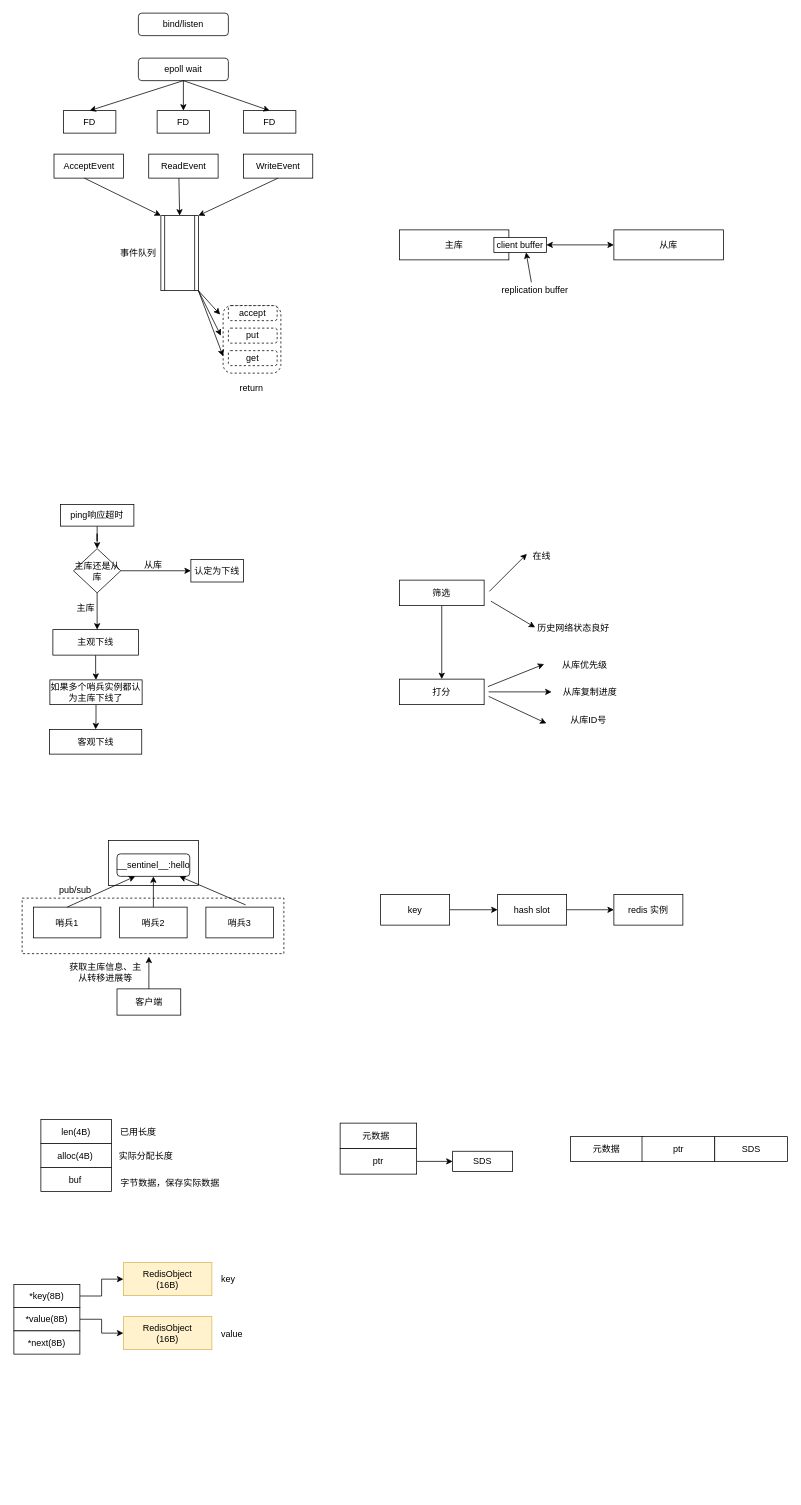
Above: Redis.drawio in BlankKelly/diagrams (draw.io), before the change. Source tidied: cells renumbered, new cells numbered last; positions are measured from the earlier drawing's top-left corner, leaving out a move shared by most shapes. Both pictures are drawn from the tidied source at 75%, with x=0, y=0 at pixel (14, 13).
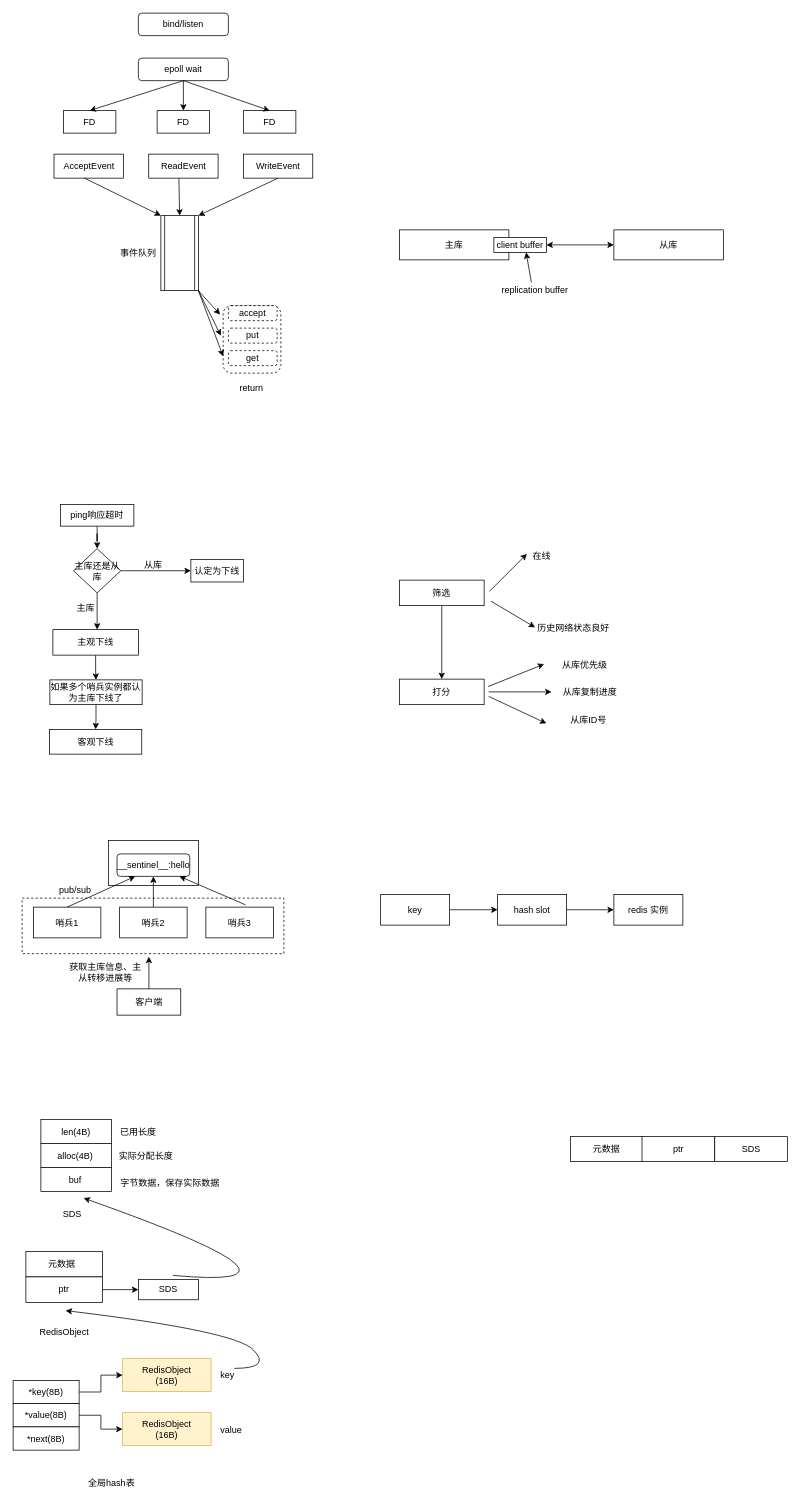
The same page after the edit.

What changed in the source:
```diff
@@
     <mxCell id="85" style="rounded=0;whiteSpace=wrap;html=1;" parent="1" vertex="1">
-      <mxGeometry x="435" y="1480" width="102" height="34" as="geometry" />
+      <mxGeometry x="16" y="1651" width="102" height="34" as="geometry" />
     </mxCell>
@@
     <mxCell id="87" style="rounded=0;whiteSpace=wrap;html=1;" parent="1" vertex="1">
-      <mxGeometry x="435" y="1514" width="102" height="34" as="geometry" />
+      <mxGeometry x="16" y="1685" width="102" height="34" as="geometry" />
     </mxCell>
     <mxCell id="88" value="元数据" style="text;html=1;strokeColor=none;fillColor=none;align=center;verticalAlign=middle;whiteSpace=wrap;rounded=0;" parent="1" vertex="1">
-      <mxGeometry x="453" y="1482" width="60" height="30" as="geometry" />
+      <mxGeometry x="34" y="1653" width="60" height="30" as="geometry" />
     </mxCell>
     <mxCell id="89" value="ptr" style="text;html=1;strokeColor=none;fillColor=none;align=center;verticalAlign=middle;whiteSpace=wrap;rounded=0;" parent="1" vertex="1">
-      <mxGeometry x="456" y="1516" width="60" height="30" as="geometry" />
+      <mxGeometry x="37" y="1687" width="60" height="30" as="geometry" />
     </mxCell>
     <mxCell id="90" value="SDS" style="rounded=0;whiteSpace=wrap;html=1;" parent="1" vertex="1">
-      <mxGeometry x="585" y="1517.5" width="80" height="27" as="geometry" />
+      <mxGeometry x="166" y="1688.5" width="80" height="27" as="geometry" />
     </mxCell>
@@
     <mxCell id="95" value="*key(8B)" style="rounded=0;whiteSpace=wrap;html=1;" parent="1" vertex="1">
-      <mxGeometry y="1695" width="88" height="31" as="geometry" />
+      <mxGeometry x="-1" y="1823" width="88" height="31" as="geometry" />
     </mxCell>
@@
     <mxCell id="97" value="*value(8B)" style="rounded=0;whiteSpace=wrap;html=1;" parent="1" vertex="1">
-      <mxGeometry y="1726" width="88" height="31" as="geometry" />
+      <mxGeometry x="-1" y="1854" width="88" height="31" as="geometry" />
     </mxCell>
     <mxCell id="98" value="*next(8B)" style="rounded=0;whiteSpace=wrap;html=1;" parent="1" vertex="1">
-      <mxGeometry y="1757" width="88" height="31" as="geometry" />
+      <mxGeometry x="-1" y="1885" width="88" height="31" as="geometry" />
     </mxCell>
     <mxCell id="99" value="RedisObject&lt;br&gt;(16B)" style="rounded=0;whiteSpace=wrap;html=1;fillColor=#fff2cc;strokeColor=#d6b656;" parent="1" vertex="1">
-      <mxGeometry x="146" y="1666" width="118" height="44" as="geometry" />
+      <mxGeometry x="145" y="1794" width="118" height="44" as="geometry" />
     </mxCell>
     <mxCell id="100" value="RedisObject&lt;br&gt;(16B)" style="rounded=0;whiteSpace=wrap;html=1;fillColor=#fff2cc;strokeColor=#d6b656;" parent="1" vertex="1">
-      <mxGeometry x="146" y="1738" width="118" height="44" as="geometry" />
+      <mxGeometry x="145" y="1866" width="118" height="44" as="geometry" />
     </mxCell>
     <mxCell id="101" value="key" style="text;html=1;strokeColor=none;fillColor=none;align=center;verticalAlign=middle;whiteSpace=wrap;rounded=0;" parent="1" vertex="1">
-      <mxGeometry x="256" y="1673" width="60" height="30" as="geometry" />
+      <mxGeometry x="255" y="1801" width="60" height="30" as="geometry" />
     </mxCell>
     <mxCell id="102" value="value" style="text;html=1;strokeColor=none;fillColor=none;align=center;verticalAlign=middle;whiteSpace=wrap;rounded=0;" parent="1" vertex="1">
-      <mxGeometry x="261" y="1747" width="60" height="30" as="geometry" />
+      <mxGeometry x="260" y="1875" width="60" height="30" as="geometry" />
     </mxCell>
+    <mxCell id="103" style="curved=1;endArrow=classic;html=1;rounded=0;" parent="1" edge="1">
+      <mxGeometry relative="1" as="geometry">
+        <mxPoint x="294" y="1807" as="sourcePoint" />
+        <mxPoint x="69" y="1730" as="targetPoint" />
+        <Array as="points">
+          <mxPoint x="344" y="1807" />
+          <mxPoint x="294" y="1757" />
+        </Array>
+      </mxGeometry>
+    </mxCell>
+    <mxCell id="104" style="curved=1;endArrow=classic;html=1;rounded=0;" parent="1" edge="1">
+      <mxGeometry relative="1" as="geometry">
+        <mxPoint x="212" y="1683" as="sourcePoint" />
+        <mxPoint x="93" y="1580" as="targetPoint" />
+        <Array as="points">
+          <mxPoint x="321" y="1693" />
+          <mxPoint x="271" y="1643" />
+        </Array>
+      </mxGeometry>
+    </mxCell>
+    <mxCell id="105" value="全局hash表" style="text;html=1;strokeColor=none;fillColor=none;align=center;verticalAlign=middle;whiteSpace=wrap;rounded=0;" parent="1" vertex="1">
+      <mxGeometry x="89" y="1948" width="83" height="23" as="geometry" />
+    </mxCell>
+    <mxCell id="106" value="RedisObject" style="text;html=1;strokeColor=none;fillColor=none;align=center;verticalAlign=middle;whiteSpace=wrap;rounded=0;" parent="1" vertex="1">
+      <mxGeometry x="26" y="1744" width="83" height="29" as="geometry" />
+    </mxCell>
+    <mxCell id="107" value="SDS" style="text;html=1;strokeColor=none;fillColor=none;align=center;verticalAlign=middle;whiteSpace=wrap;rounded=0;" parent="1" vertex="1">
+      <mxGeometry x="48" y="1586" width="60" height="30" as="geometry" />
+    </mxCell>
```
